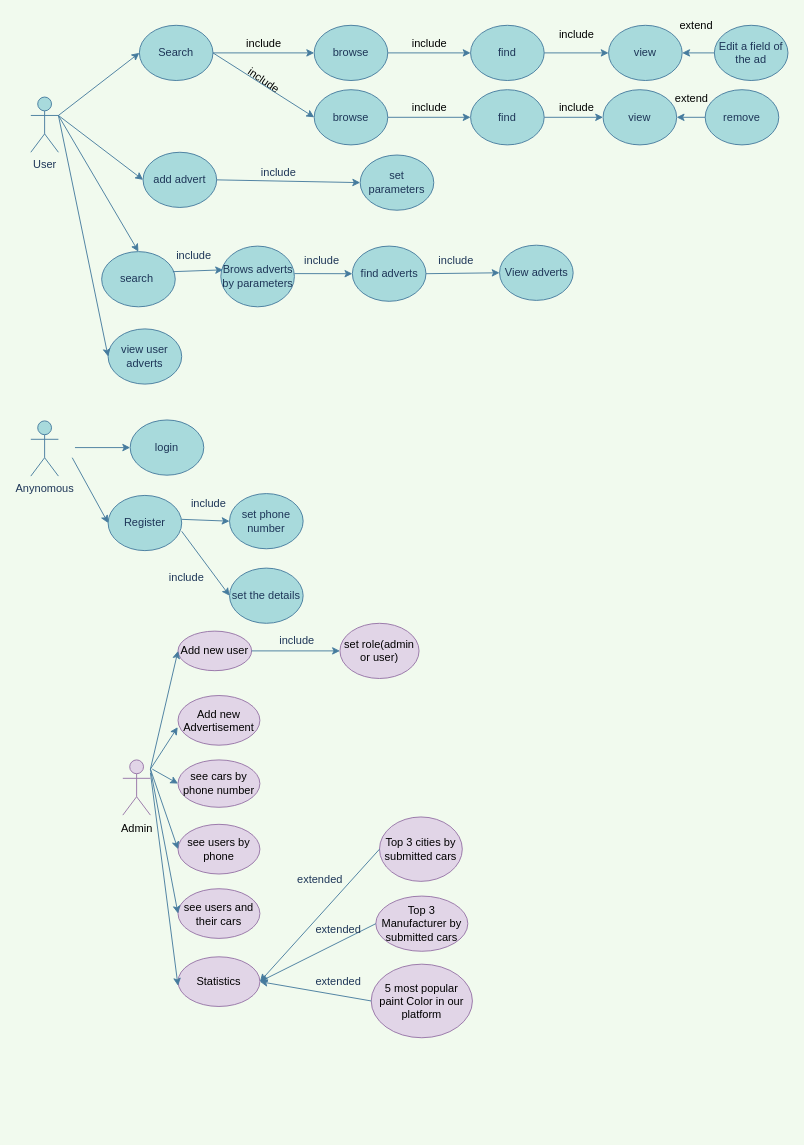
kamran-mehravar/Large-scale-and-Multi-structured-Databases-Project keeps this draw.io diagram as Untitled Diagram.drawio. Above is the earlier version. Source tidied: cells renumbered, new cells numbered last; positions are measured from the earlier drawing's top-left corner, leaving out a move shared by most shapes. Both pictures are drawn from the tidied source at 92%, with x=0, y=0 at pixel (30, 16).
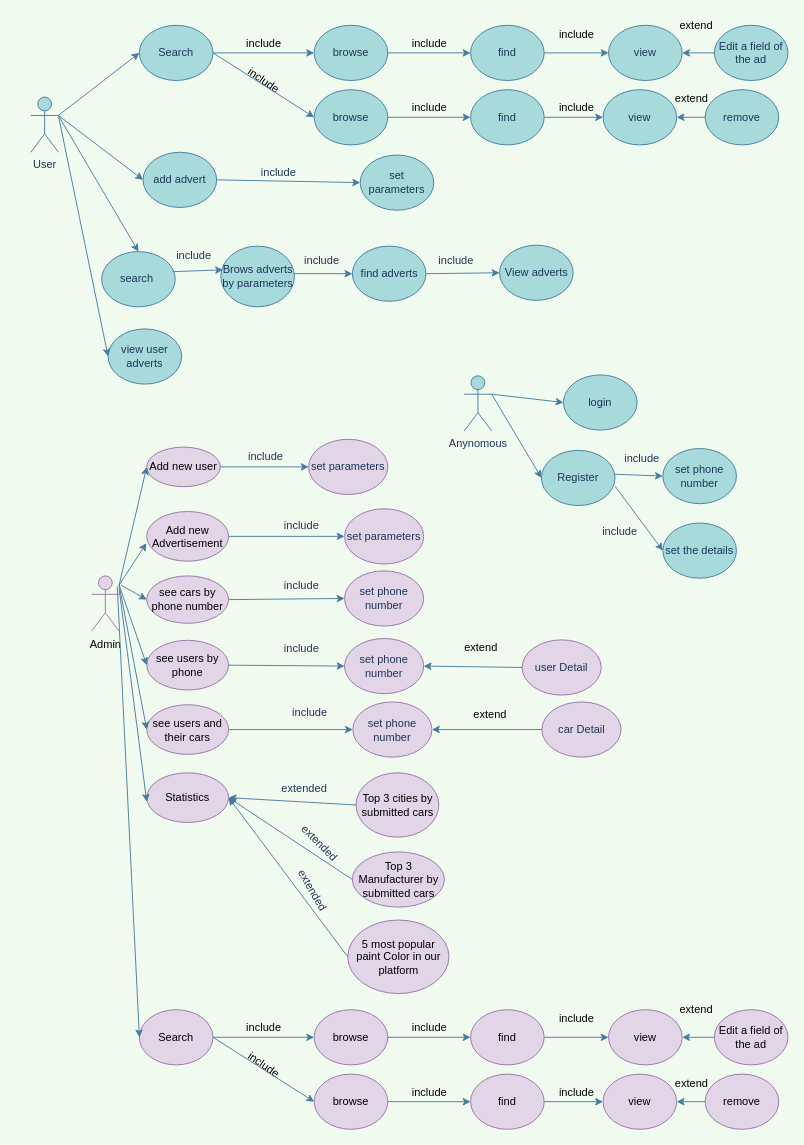
The same page after the edit.

Change to the diagram source:
```diff
@@
     <mxCell id="3" value="Admin" style="shape=umlActor;verticalLabelPosition=bottom;verticalAlign=top;html=1;fillColor=#e1d5e7;strokeColor=#9673a6;" parent="1" vertex="1">
-      <mxGeometry x="100" y="808.5" width="30" height="60" as="geometry" />
+      <mxGeometry x="66" y="608.5" width="30" height="60" as="geometry" />
     </mxCell>
     <mxCell id="4" value="Add new user" style="ellipse;whiteSpace=wrap;html=1;fillColor=#e1d5e7;strokeColor=#9673a6;" parent="1" vertex="1">
-      <mxGeometry x="160" y="668.5" width="80" height="43" as="geometry" />
+      <mxGeometry x="126" y="468.5" width="80" height="43" as="geometry" />
     </mxCell>
     <mxCell id="5" value="Add new Advertisement" style="ellipse;whiteSpace=wrap;html=1;fillColor=#e1d5e7;strokeColor=#9673a6;" parent="1" vertex="1">
-      <mxGeometry x="160" y="738.5" width="89" height="54" as="geometry" />
+      <mxGeometry x="126" y="538.5" width="89" height="54" as="geometry" />
     </mxCell>
     <mxCell id="6" value="see cars by phone number" style="ellipse;whiteSpace=wrap;html=1;fillColor=#e1d5e7;strokeColor=#9673a6;" parent="1" vertex="1">
-      <mxGeometry x="160" y="808.5" width="89" height="51.5" as="geometry" />
+      <mxGeometry x="126" y="608.5" width="89" height="51.5" as="geometry" />
     </mxCell>
     <mxCell id="7" value="see users by phone" style="ellipse;whiteSpace=wrap;html=1;fillColor=#e1d5e7;strokeColor=#9673a6;" parent="1" vertex="1">
-      <mxGeometry x="160" y="878.5" width="89" height="54" as="geometry" />
+      <mxGeometry x="126" y="678.5" width="89" height="54" as="geometry" />
     </mxCell>
     <mxCell id="8" value="see users and their cars" style="ellipse;whiteSpace=wrap;html=1;fillColor=#e1d5e7;strokeColor=#9673a6;" parent="1" vertex="1">
-      <mxGeometry x="160" y="948.5" width="89" height="54" as="geometry" />
+      <mxGeometry x="126" y="748.5" width="89" height="54" as="geometry" />
     </mxCell>
     <mxCell id="9" value="Register" style="ellipse;whiteSpace=wrap;html=1;fillColor=#A8DADC;strokeColor=#457B9D;fontColor=#1D3557;" parent="1" vertex="1">
-      <mxGeometry x="84" y="521" width="80" height="60" as="geometry" />
+      <mxGeometry x="555" y="472" width="80" height="60" as="geometry" />
     </mxCell>
@@
-    <mxCell id="15" style="endArrow=classic;html=1;labelBackgroundColor=#F1FAEE;strokeColor=#457B9D;fontColor=#1D3557;entryX=0;entryY=0.5;entryDx=0;entryDy=0;" parent="1" edge="1" target="79">
-      <mxGeometry relative="1" as="geometry">
-        <mxPoint x="48" y="469" as="sourcePoint" />
-      </mxGeometry>
+    <mxCell id="15" style="endArrow=classic;html=1;labelBackgroundColor=#F1FAEE;strokeColor=#457B9D;fontColor=#1D3557;entryX=0;entryY=0.5;entryDx=0;entryDy=0;exitX=1;exitY=0.3333333333333333;exitDx=0;exitDy=0;exitPerimeter=0;" parent="1" edge="1" source="78" target="79">
+      <mxGeometry relative="1" as="geometry" />
     </mxCell>
@@
     <mxCell id="30" value="set&amp;nbsp;phone number" style="ellipse;whiteSpace=wrap;html=1;fillColor=#A8DADC;strokeColor=#457B9D;fontColor=#1D3557;" parent="1" vertex="1">
-      <mxGeometry x="216" y="519" width="80" height="60" as="geometry" />
+      <mxGeometry x="687" y="470" width="80" height="60" as="geometry" />
     </mxCell>
     <mxCell id="31" style="endArrow=classic;html=1;labelBackgroundColor=#F1FAEE;strokeColor=#457B9D;fontColor=#1D3557;exitX=1;exitY=0.5;exitDx=0;exitDy=0;entryX=0;entryY=0.5;entryDx=0;entryDy=0;" parent="1" edge="1" target="30">
       <mxGeometry relative="1" as="geometry">
-        <mxPoint x="164" y="547" as="sourcePoint" />
+        <mxPoint x="635" y="498" as="sourcePoint" />
       </mxGeometry>
     </mxCell>
     <mxCell id="32" value="include" style="text;html=1;align=center;verticalAlign=middle;strokeColor=none;rotation=0;fontColor=#1D3557;" parent="1" vertex="1">
-      <mxGeometry x="168" y="520" width="50" height="20" as="geometry" />
+      <mxGeometry x="639" y="471" width="50" height="20" as="geometry" />
     </mxCell>
     <mxCell id="33" value="set the details" style="ellipse;whiteSpace=wrap;html=1;fillColor=#A8DADC;strokeColor=#457B9D;fontColor=#1D3557;" parent="1" vertex="1">
-      <mxGeometry x="216" y="600" width="80" height="60" as="geometry" />
+      <mxGeometry x="687" y="551" width="80" height="60" as="geometry" />
     </mxCell>
     <mxCell id="34" value="include" style="text;html=1;align=center;verticalAlign=middle;strokeColor=none;rotation=0;fontColor=#1D3557;" parent="1" vertex="1">
-      <mxGeometry x="144" y="600" width="50" height="20" as="geometry" />
+      <mxGeometry x="615" y="551" width="50" height="20" as="geometry" />
     </mxCell>
     <mxCell id="35" style="endArrow=classic;html=1;entryX=0;entryY=0.5;entryDx=0;entryDy=0;labelBackgroundColor=#F1FAEE;strokeColor=#457B9D;fontColor=#1D3557;" parent="1" edge="1" target="33">
       <mxGeometry relative="1" as="geometry">
-        <mxPoint x="164" y="560" as="sourcePoint" />
+        <mxPoint x="635" y="511" as="sourcePoint" />
       </mxGeometry>
     </mxCell>
     <mxCell id="36" style="endArrow=classic;html=1;entryX=0;entryY=0.5;entryDx=0;entryDy=0;labelBackgroundColor=#F1FAEE;strokeColor=#457B9D;fontColor=#1D3557;" parent="1" edge="1" target="4">
       <mxGeometry relative="1" as="geometry">
-        <mxPoint x="130" y="818.5" as="sourcePoint" />
+        <mxPoint x="96" y="618.5" as="sourcePoint" />
       </mxGeometry>
     </mxCell>
     <mxCell id="37" style="endArrow=classic;html=1;entryX=-0.004;entryY=0.636;entryDx=0;entryDy=0;labelBackgroundColor=#F1FAEE;strokeColor=#457B9D;fontColor=#1D3557;entryPerimeter=0;" parent="1" edge="1" target="5">
       <mxGeometry relative="1" as="geometry">
-        <mxPoint x="130" y="818.5" as="sourcePoint" />
+        <mxPoint x="96" y="618.5" as="sourcePoint" />
       </mxGeometry>
     </mxCell>
     <mxCell id="38" style="endArrow=classic;html=1;entryX=0;entryY=0.5;entryDx=0;entryDy=0;labelBackgroundColor=#F1FAEE;strokeColor=#457B9D;fontColor=#1D3557;" parent="1" edge="1" target="6">
       <mxGeometry relative="1" as="geometry">
-        <mxPoint x="132" y="818.5" as="sourcePoint" />
+        <mxPoint x="98" y="618.5" as="sourcePoint" />
       </mxGeometry>
     </mxCell>
     <mxCell id="39" style="endArrow=classic;html=1;entryX=0;entryY=0.5;entryDx=0;entryDy=0;labelBackgroundColor=#F1FAEE;strokeColor=#457B9D;fontColor=#1D3557;" parent="1" edge="1" target="7">
       <mxGeometry relative="1" as="geometry">
-        <mxPoint x="130" y="818.5" as="sourcePoint" />
+        <mxPoint x="96" y="618.5" as="sourcePoint" />
       </mxGeometry>
     </mxCell>
     <mxCell id="40" style="endArrow=classic;html=1;entryX=0;entryY=0.5;entryDx=0;entryDy=0;labelBackgroundColor=#F1FAEE;strokeColor=#457B9D;fontColor=#1D3557;" parent="1" edge="1" target="8">
       <mxGeometry relative="1" as="geometry">
-        <mxPoint x="130" y="818.5" as="sourcePoint" />
+        <mxPoint x="96" y="618.5" as="sourcePoint" />
       </mxGeometry>
     </mxCell>
-    <mxCell id="41" value="set role(admin or user)" style="ellipse;whiteSpace=wrap;html=1;fillColor=#e1d5e7;strokeColor=#9673a6;" parent="1" vertex="1">
-      <mxGeometry x="336" y="660" width="86" height="60" as="geometry" />
+    <mxCell id="41" value="&lt;span style=&quot;color: rgb(29 , 53 , 87)&quot;&gt;set parameters&lt;/span&gt;" style="ellipse;whiteSpace=wrap;html=1;fillColor=#e1d5e7;strokeColor=#9673a6;" parent="1" vertex="1">
+      <mxGeometry x="302" y="460" width="86" height="60" as="geometry" />
     </mxCell>
@@
     <mxCell id="43" value="include" style="text;html=1;align=center;verticalAlign=middle;strokeColor=none;rotation=0;fontColor=#1D3557;" parent="1" vertex="1">
-      <mxGeometry x="264" y="668.5" width="50" height="20" as="geometry" />
+      <mxGeometry x="230" y="468.5" width="50" height="20" as="geometry" />
     </mxCell>
     <mxCell id="44" value="Statistics" style="ellipse;whiteSpace=wrap;html=1;fillColor=#e1d5e7;strokeColor=#9673a6;" parent="1" vertex="1">
-      <mxGeometry x="160" y="1022.5" width="89" height="54" as="geometry" />
+      <mxGeometry x="126" y="822.5" width="89" height="54" as="geometry" />
     </mxCell>
     <mxCell id="45" style="endArrow=classic;html=1;entryX=0;entryY=0.5;entryDx=0;entryDy=0;labelBackgroundColor=#F1FAEE;strokeColor=#457B9D;fontColor=#1D3557;" parent="1" edge="1">
       <mxGeometry relative="1" as="geometry">
-        <mxPoint x="130" y="822.5" as="sourcePoint" />
-        <mxPoint x="160" y="1054" as="targetPoint" />
+        <mxPoint x="96" y="622.5" as="sourcePoint" />
+        <mxPoint x="126" y="854" as="targetPoint" />
       </mxGeometry>
     </mxCell>
     <mxCell id="46" value="Top 3 cities by submitted cars" style="ellipse;whiteSpace=wrap;html=1;fillColor=#e1d5e7;strokeColor=#9673a6;" parent="1" vertex="1">
-      <mxGeometry x="379" y="870.5" width="90" height="70" as="geometry" />
+      <mxGeometry x="353.5" y="822.5" width="90" height="70" as="geometry" />
     </mxCell>
     <mxCell id="47" value="Top 3 Manufacturer by submitted cars" style="ellipse;whiteSpace=wrap;html=1;fillColor=#e1d5e7;strokeColor=#9673a6;" parent="1" vertex="1">
-      <mxGeometry x="375" y="956.5" width="100" height="60" as="geometry" />
+      <mxGeometry x="349.5" y="908.5" width="100" height="60" as="geometry" />
     </mxCell>
     <mxCell id="48" value="5 most popular paint Color in our platform" style="ellipse;whiteSpace=wrap;html=1;fillColor=#e1d5e7;strokeColor=#9673a6;" parent="1" vertex="1">
-      <mxGeometry x="370" y="1030.5" width="110" height="80" as="geometry" />
+      <mxGeometry x="344.5" y="982.5" width="110" height="80" as="geometry" />
     </mxCell>
@@
     <mxCell id="52" value="extended" style="text;html=1;align=center;verticalAlign=middle;strokeColor=none;rotation=0;fontColor=#1D3557;" parent="1" vertex="1">
-      <mxGeometry x="279" y="928.5" width="70" height="20" as="geometry" />
+      <mxGeometry x="262" y="830" width="70" height="20" as="geometry" />
     </mxCell>
-    <mxCell id="53" value="extended" style="text;html=1;align=center;verticalAlign=middle;strokeColor=none;rotation=0;fontColor=#1D3557;" parent="1" vertex="1">
-      <mxGeometry x="299" y="982.5" width="70" height="20" as="geometry" />
+    <mxCell id="53" value="extended" style="text;html=1;align=center;verticalAlign=middle;strokeColor=none;rotation=45;fontColor=#1D3557;" parent="1" vertex="1">
+      <mxGeometry x="279" y="888.5" width="70" height="20" as="geometry" />
     </mxCell>
-    <mxCell id="54" value="extended" style="text;html=1;align=center;verticalAlign=middle;strokeColor=none;rotation=0;fontColor=#1D3557;" parent="1" vertex="1">
-      <mxGeometry x="299" y="1039.5" width="70" height="20" as="geometry" />
+    <mxCell id="54" value="extended" style="text;html=1;align=center;verticalAlign=middle;strokeColor=none;rotation=60;fontColor=#1D3557;" parent="1" vertex="1">
+      <mxGeometry x="271" y="940" width="70" height="20" as="geometry" />
     </mxCell>
@@
     <mxCell id="78" value="Anynomous" style="shape=umlActor;verticalLabelPosition=bottom;verticalAlign=top;html=1;outlineConnect=0;fillColor=#A8DADC;strokeColor=#457B9D;fontColor=#1D3557;" parent="1" vertex="1">
-      <mxGeometry y="440" width="30" height="60" as="geometry" />
+      <mxGeometry x="471" y="391" width="30" height="60" as="geometry" />
     </mxCell>
     <mxCell id="79" value="login" style="ellipse;whiteSpace=wrap;html=1;fillColor=#A8DADC;strokeColor=#457B9D;fontColor=#1D3557;" parent="1" vertex="1">
-      <mxGeometry x="108" y="439" width="80" height="60" as="geometry" />
+      <mxGeometry x="579" y="390" width="80" height="60" as="geometry" />
     </mxCell>
-    <mxCell id="80" style="endArrow=classic;html=1;labelBackgroundColor=#F1FAEE;strokeColor=#457B9D;fontColor=#1D3557;entryX=0;entryY=0.5;entryDx=0;entryDy=0;" parent="1" edge="1" target="9">
-      <mxGeometry relative="1" as="geometry">
-        <mxPoint x="45" y="480" as="sourcePoint" />
-      </mxGeometry>
+    <mxCell id="80" style="endArrow=classic;html=1;labelBackgroundColor=#F1FAEE;strokeColor=#457B9D;fontColor=#1D3557;entryX=0;entryY=0.5;entryDx=0;entryDy=0;exitX=1;exitY=0.3333333333333333;exitDx=0;exitDy=0;exitPerimeter=0;" parent="1" edge="1" source="78" target="9">
+      <mxGeometry relative="1" as="geometry" />
     </mxCell>
@@
+    <mxCell id="83" value="&lt;span style=&quot;color: rgb(29 , 53 , 87)&quot;&gt;set parameters&lt;/span&gt;" style="ellipse;whiteSpace=wrap;html=1;fillColor=#e1d5e7;strokeColor=#9673a6;" parent="1" vertex="1">
+      <mxGeometry x="341" y="535.5" width="86" height="60" as="geometry" />
+    </mxCell>
+    <mxCell id="84" style="endArrow=classic;html=1;labelBackgroundColor=#F1FAEE;strokeColor=#457B9D;fontColor=#1D3557;exitX=1;exitY=0.5;exitDx=0;exitDy=0;entryX=0;entryY=0.5;entryDx=0;entryDy=0;" parent="1" edge="1" source="5" target="83">
+      <mxGeometry relative="1" as="geometry" />
+    </mxCell>
+    <mxCell id="85" value="include" style="text;html=1;align=center;verticalAlign=middle;strokeColor=none;rotation=0;fontColor=#1D3557;" parent="1" vertex="1">
+      <mxGeometry x="269" y="544" width="50" height="20" as="geometry" />
+    </mxCell>
+    <mxCell id="86" value="&lt;span style=&quot;color: rgb(29 , 53 , 87)&quot;&gt;set phone number&lt;/span&gt;" style="ellipse;whiteSpace=wrap;html=1;fillColor=#e1d5e7;strokeColor=#9673a6;" parent="1" vertex="1">
+      <mxGeometry x="341" y="603" width="86" height="60" as="geometry" />
+    </mxCell>
+    <mxCell id="87" value="include" style="text;html=1;align=center;verticalAlign=middle;strokeColor=none;rotation=0;fontColor=#1D3557;" parent="1" vertex="1">
+      <mxGeometry x="269" y="608.5" width="50" height="20" as="geometry" />
+    </mxCell>
+    <mxCell id="88" style="endArrow=classic;html=1;labelBackgroundColor=#F1FAEE;strokeColor=#457B9D;fontColor=#1D3557;exitX=1;exitY=0.5;exitDx=0;exitDy=0;entryX=0;entryY=0.5;entryDx=0;entryDy=0;" parent="1" edge="1" source="6" target="86">
+      <mxGeometry relative="1" as="geometry" />
+    </mxCell>
+    <mxCell id="89" value="&lt;span style=&quot;color: rgb(29 , 53 , 87)&quot;&gt;set phone number&lt;/span&gt;" style="ellipse;whiteSpace=wrap;html=1;fillColor=#e1d5e7;strokeColor=#9673a6;" parent="1" vertex="1">
+      <mxGeometry x="341" y="676.5" width="86" height="60" as="geometry" />
+    </mxCell>
+    <mxCell id="90" value="include" style="text;html=1;align=center;verticalAlign=middle;strokeColor=none;rotation=0;fontColor=#1D3557;" parent="1" vertex="1">
+      <mxGeometry x="269" y="678" width="50" height="20" as="geometry" />
+    </mxCell>
+    <mxCell id="91" style="endArrow=classic;html=1;labelBackgroundColor=#F1FAEE;strokeColor=#457B9D;fontColor=#1D3557;entryX=0;entryY=0.5;entryDx=0;entryDy=0;exitX=1;exitY=0.5;exitDx=0;exitDy=0;" parent="1" edge="1" source="7" target="89">
+      <mxGeometry relative="1" as="geometry" />
+    </mxCell>
+    <mxCell id="92" value="&lt;span style=&quot;color: rgb(29 , 53 , 87)&quot;&gt;user Detail&lt;/span&gt;" style="ellipse;whiteSpace=wrap;html=1;fillColor=#e1d5e7;strokeColor=#9673a6;" parent="1" vertex="1">
+      <mxGeometry x="534" y="678" width="86" height="60" as="geometry" />
+    </mxCell>
+    <mxCell id="93" style="endArrow=classic;html=1;labelBackgroundColor=#F1FAEE;strokeColor=#457B9D;fontColor=#1D3557;entryX=1;entryY=0.5;entryDx=0;entryDy=0;exitX=0;exitY=0.5;exitDx=0;exitDy=0;" parent="1" edge="1" source="92" target="89">
+      <mxGeometry relative="1" as="geometry" />
+    </mxCell>
+    <mxCell id="94" value="extend" style="text;html=1;align=center;verticalAlign=middle;rotation=0;" parent="1" vertex="1">
+      <mxGeometry x="464" y="676.5" width="50" height="20" as="geometry" />
+    </mxCell>
+    <mxCell id="95" value="&lt;span style=&quot;color: rgb(29 , 53 , 87)&quot;&gt;set phone number&lt;/span&gt;" style="ellipse;whiteSpace=wrap;html=1;fillColor=#e1d5e7;strokeColor=#9673a6;" parent="1" vertex="1">
+      <mxGeometry x="350" y="745.5" width="86" height="60" as="geometry" />
+    </mxCell>
+    <mxCell id="96" value="include" style="text;html=1;align=center;verticalAlign=middle;strokeColor=none;rotation=0;fontColor=#1D3557;" parent="1" vertex="1">
+      <mxGeometry x="278" y="747" width="50" height="20" as="geometry" />
+    </mxCell>
+    <mxCell id="97" style="endArrow=classic;html=1;labelBackgroundColor=#F1FAEE;strokeColor=#457B9D;fontColor=#1D3557;entryX=0;entryY=0.5;entryDx=0;entryDy=0;exitX=1;exitY=0.5;exitDx=0;exitDy=0;" parent="1" edge="1" source="8" target="95">
+      <mxGeometry relative="1" as="geometry" />
+    </mxCell>
+    <mxCell id="98" value="&lt;span style=&quot;color: rgb(29 , 53 , 87)&quot;&gt;car Detail&lt;/span&gt;" style="ellipse;whiteSpace=wrap;html=1;fillColor=#e1d5e7;strokeColor=#9673a6;" parent="1" vertex="1">
+      <mxGeometry x="555.5" y="745.5" width="86" height="60" as="geometry" />
+    </mxCell>
+    <mxCell id="99" style="endArrow=classic;html=1;labelBackgroundColor=#F1FAEE;strokeColor=#457B9D;fontColor=#1D3557;entryX=1;entryY=0.5;entryDx=0;entryDy=0;exitX=0;exitY=0.5;exitDx=0;exitDy=0;" parent="1" edge="1" source="98" target="95">
+      <mxGeometry relative="1" as="geometry" />
+    </mxCell>
+    <mxCell id="100" value="extend" style="text;html=1;align=center;verticalAlign=middle;rotation=0;" parent="1" vertex="1">
+      <mxGeometry x="474" y="748.5" width="50" height="20" as="geometry" />
+    </mxCell>
+    <mxCell id="101" value="view" style="ellipse;whiteSpace=wrap;html=1;fillColor=#e1d5e7;strokeColor=#9673a6;" parent="1" vertex="1">
+      <mxGeometry x="628" y="1080" width="80" height="60" as="geometry" />
+    </mxCell>
+    <mxCell id="102" style="endArrow=classic;html=1;exitX=1;exitY=0.5;exitDx=0;exitDy=0;labelBackgroundColor=#F1FAEE;strokeColor=#457B9D;fontColor=#1D3557;entryX=0;entryY=0.5;entryDx=0;entryDy=0;" parent="1" edge="1" source="104" target="101">
+      <mxGeometry relative="1" as="geometry" />
+    </mxCell>
+    <mxCell id="103" value="include" style="text;html=1;align=center;verticalAlign=middle;rotation=0;" parent="1" vertex="1">
+      <mxGeometry x="568" y="1080" width="50" height="20" as="geometry" />
+    </mxCell>
+    <mxCell id="104" value="find" style="ellipse;whiteSpace=wrap;html=1;fillColor=#e1d5e7;strokeColor=#9673a6;" parent="1" vertex="1">
+      <mxGeometry x="478" y="1080" width="80" height="60" as="geometry" />
+    </mxCell>
+    <mxCell id="105" value="browse" style="ellipse;whiteSpace=wrap;html=1;fillColor=#e1d5e7;strokeColor=#9673a6;" parent="1" vertex="1">
+      <mxGeometry x="308" y="1080" width="80" height="60" as="geometry" />
+    </mxCell>
+    <mxCell id="106" value="Search" style="ellipse;whiteSpace=wrap;html=1;fillColor=#e1d5e7;strokeColor=#9673a6;" parent="1" vertex="1">
+      <mxGeometry x="118" y="1080" width="80" height="60" as="geometry" />
+    </mxCell>
+    <mxCell id="107" style="endArrow=classic;html=1;entryX=0;entryY=0.5;entryDx=0;entryDy=0;labelBackgroundColor=#F1FAEE;strokeColor=#457B9D;fontColor=#1D3557;" parent="1" edge="1" target="105">
+      <mxGeometry relative="1" as="geometry">
+        <mxPoint x="198" y="1110" as="sourcePoint" />
+      </mxGeometry>
+    </mxCell>
+    <mxCell id="108" style="endArrow=classic;html=1;exitX=1;exitY=0.5;exitDx=0;exitDy=0;labelBackgroundColor=#F1FAEE;strokeColor=#457B9D;fontColor=#1D3557;entryX=0;entryY=0.5;entryDx=0;entryDy=0;" parent="1" edge="1" source="105" target="104">
+      <mxGeometry relative="1" as="geometry" />
+    </mxCell>
+    <mxCell id="109" value="include" style="text;html=1;align=center;verticalAlign=middle;rotation=0;" parent="1" vertex="1">
+      <mxGeometry x="408" y="1090" width="50" height="20" as="geometry" />
+    </mxCell>
+    <mxCell id="110" value="include" style="text;html=1;align=center;verticalAlign=middle;rotation=0;" parent="1" vertex="1">
+      <mxGeometry x="228" y="1090" width="50" height="20" as="geometry" />
+    </mxCell>
+    <mxCell id="111" value="include" style="text;html=1;align=center;verticalAlign=middle;rotation=35;" parent="1" vertex="1">
+      <mxGeometry x="228" y="1130" width="50" height="20" as="geometry" />
+    </mxCell>
+    <mxCell id="112" value="view" style="ellipse;whiteSpace=wrap;html=1;fillColor=#e1d5e7;strokeColor=#9673a6;" parent="1" vertex="1">
+      <mxGeometry x="622" y="1150" width="80" height="60" as="geometry" />
+    </mxCell>
+    <mxCell id="113" style="endArrow=classic;html=1;labelBackgroundColor=#F1FAEE;strokeColor=#457B9D;fontColor=#1D3557;entryX=0;entryY=0.5;entryDx=0;entryDy=0;exitX=1;exitY=0.5;exitDx=0;exitDy=0;" parent="1" edge="1" source="114" target="112">
+      <mxGeometry relative="1" as="geometry" />
+    </mxCell>
+    <mxCell id="114" value="find" style="ellipse;whiteSpace=wrap;html=1;fillColor=#e1d5e7;strokeColor=#9673a6;" parent="1" vertex="1">
+      <mxGeometry x="478" y="1150" width="80" height="60" as="geometry" />
+    </mxCell>
+    <mxCell id="115" style="endArrow=classic;html=1;labelBackgroundColor=#F1FAEE;strokeColor=#457B9D;fontColor=#1D3557;entryX=0;entryY=0.5;entryDx=0;entryDy=0;exitX=1;exitY=0.5;exitDx=0;exitDy=0;" parent="1" edge="1" source="116" target="114">
+      <mxGeometry relative="1" as="geometry" />
+    </mxCell>
+    <mxCell id="116" value="browse" style="ellipse;whiteSpace=wrap;html=1;fillColor=#e1d5e7;strokeColor=#9673a6;" parent="1" vertex="1">
+      <mxGeometry x="308" y="1150" width="80" height="60" as="geometry" />
+    </mxCell>
+    <mxCell id="117" style="endArrow=classic;html=1;labelBackgroundColor=#F1FAEE;strokeColor=#457B9D;fontColor=#1D3557;entryX=0;entryY=0.5;entryDx=0;entryDy=0;exitX=1;exitY=0.5;exitDx=0;exitDy=0;" parent="1" edge="1" source="106" target="116">
+      <mxGeometry relative="1" as="geometry" />
+    </mxCell>
+    <mxCell id="118" value="include" style="text;html=1;align=center;verticalAlign=middle;rotation=0;" parent="1" vertex="1">
+      <mxGeometry x="408" y="1160" width="50" height="20" as="geometry" />
+    </mxCell>
+    <mxCell id="119" value="include" style="text;html=1;align=center;verticalAlign=middle;rotation=0;" parent="1" vertex="1">
+      <mxGeometry x="568" y="1160" width="50" height="20" as="geometry" />
+    </mxCell>
+    <mxCell id="120" value="Edit a field of the ad" style="ellipse;whiteSpace=wrap;html=1;fillColor=#e1d5e7;strokeColor=#9673a6;" parent="1" vertex="1">
+      <mxGeometry x="743" y="1080" width="80" height="60" as="geometry" />
+    </mxCell>
+    <mxCell id="121" style="endArrow=classic;html=1;exitX=0;exitY=0.5;exitDx=0;exitDy=0;labelBackgroundColor=#F1FAEE;strokeColor=#457B9D;fontColor=#1D3557;entryX=1;entryY=0.5;entryDx=0;entryDy=0;" parent="1" edge="1" source="120" target="101">
+      <mxGeometry relative="1" as="geometry" />
+    </mxCell>
+    <mxCell id="122" value="extend" style="text;html=1;align=center;verticalAlign=middle;rotation=0;" parent="1" vertex="1">
+      <mxGeometry x="698" y="1070" width="50" height="20" as="geometry" />
+    </mxCell>
+    <mxCell id="123" value="remove" style="ellipse;whiteSpace=wrap;html=1;fillColor=#e1d5e7;strokeColor=#9673a6;" parent="1" vertex="1">
+      <mxGeometry x="733" y="1150" width="80" height="60" as="geometry" />
+    </mxCell>
+    <mxCell id="124" style="endArrow=classic;html=1;exitX=0;exitY=0.5;exitDx=0;exitDy=0;labelBackgroundColor=#F1FAEE;strokeColor=#457B9D;fontColor=#1D3557;entryX=1;entryY=0.5;entryDx=0;entryDy=0;" parent="1" edge="1" source="123" target="112">
+      <mxGeometry relative="1" as="geometry" />
+    </mxCell>
+    <mxCell id="125" value="extend" style="text;html=1;align=center;verticalAlign=middle;rotation=0;" parent="1" vertex="1">
+      <mxGeometry x="693" y="1150" width="50" height="20" as="geometry" />
+    </mxCell>
+    <mxCell id="126" style="endArrow=classic;html=1;entryX=0;entryY=0.5;entryDx=0;entryDy=0;labelBackgroundColor=#F1FAEE;strokeColor=#457B9D;fontColor=#1D3557;" parent="1" edge="1" target="106">
+      <mxGeometry relative="1" as="geometry">
+        <mxPoint x="94" y="620" as="sourcePoint" />
+      </mxGeometry>
+    </mxCell>
```
